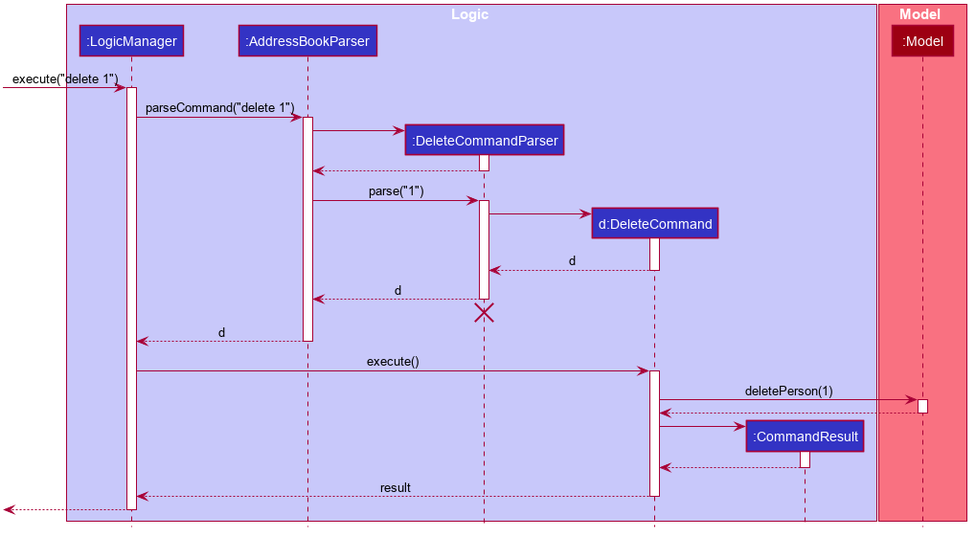
Above: docs/images/DeleteSequenceDiagram.png in nus-cs2103-AY1920S2/addressbook-level3 (PlantUML), before the change.
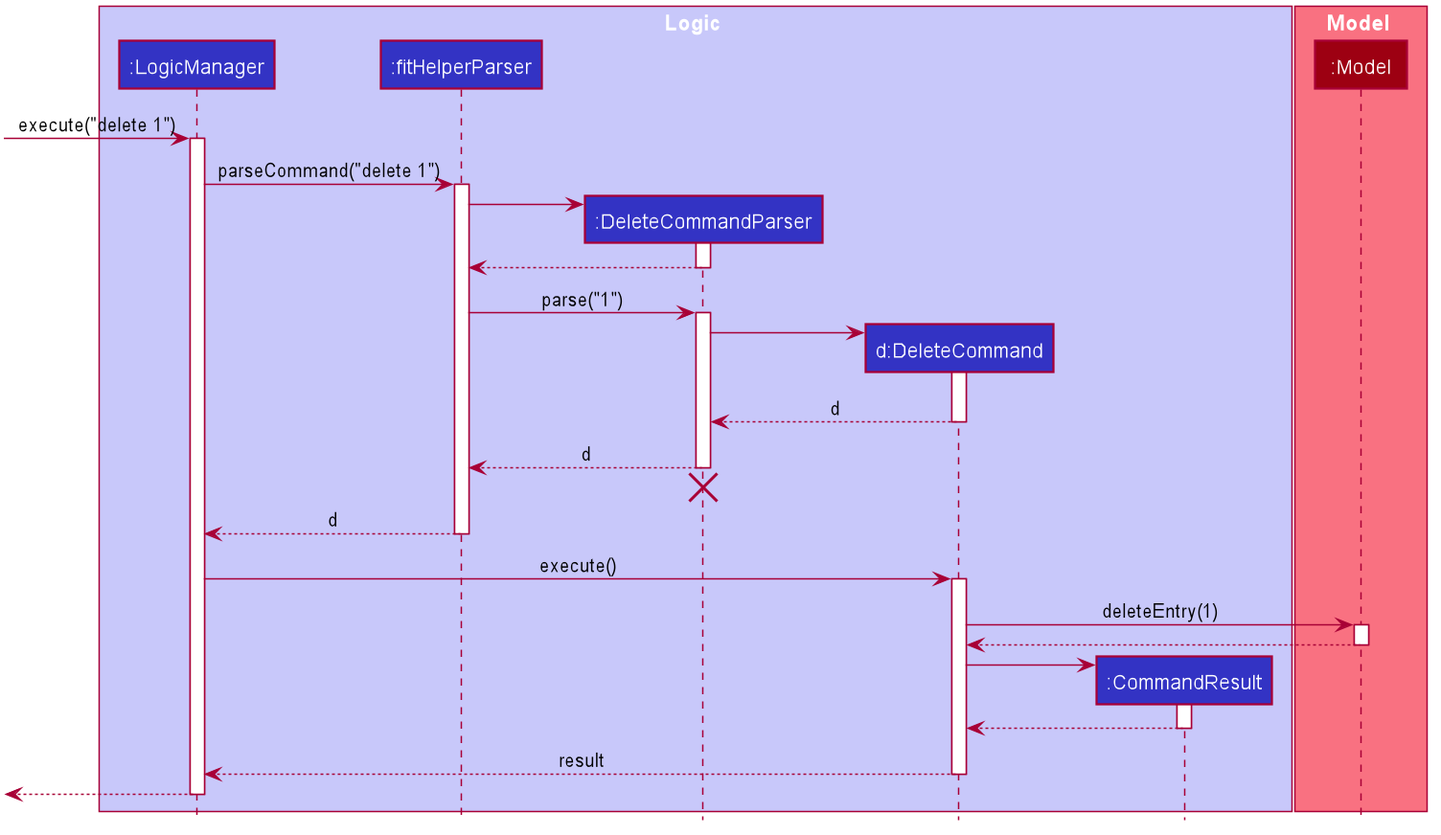
After the change.

Change to the diagram source:
```diff
@@ -50,7 +50,7 @@
 
 box Logic #C8C8FA
 participant ":LogicManager" as LogicManager #3333C4
-participant ":AddressBookParser" as AddressBookParser #3333C4
+participant ":fitHelperParser" as FitHelperParser #3333C4
 participant ":DeleteCommandParser" as DeleteCommandParser #3333C4
 participant "d:DeleteCommand" as DeleteCommand #3333C4
 participant ":CommandResult" as CommandResult #3333C4
@@ -63,17 +63,17 @@
 [-> LogicManager : execute("delete 1")
 activate LogicManager
 
-LogicManager -> AddressBookParser : parseCommand("delete 1")
-activate AddressBookParser
+LogicManager -> FitHelperParser : parseCommand("delete 1")
+activate FitHelperParser
 
 create DeleteCommandParser
-AddressBookParser -> DeleteCommandParser
+FitHelperParser -> DeleteCommandParser
 activate DeleteCommandParser
 
-DeleteCommandParser --> AddressBookParser
+DeleteCommandParser --> FitHelperParser
 deactivate DeleteCommandParser
 
-AddressBookParser -> DeleteCommandParser : parse("1")
+FitHelperParser -> DeleteCommandParser : parse("1")
 activate DeleteCommandParser
 
 create DeleteCommand
@@ -83,18 +83,18 @@
 DeleteCommand --> DeleteCommandParser : d
 deactivate DeleteCommand
 
-DeleteCommandParser --> AddressBookParser : d
+DeleteCommandParser --> FitHelperParser : d
 deactivate DeleteCommandParser
-DeleteCommandParser -[hidden]-> AddressBookParser
+DeleteCommandParser -[hidden]-> FitHelperParser
 destroy DeleteCommandParser
 
-AddressBookParser --> LogicManager : d
-deactivate AddressBookParser
+FitHelperParser --> LogicManager : d
+deactivate FitHelperParser
 
 LogicManager -> DeleteCommand : execute()
 activate DeleteCommand
 
-DeleteCommand -> Model : deletePerson(1)
+DeleteCommand -> Model : deleteEntry(1)
 activate Model
 
 Model --> DeleteCommand
```
